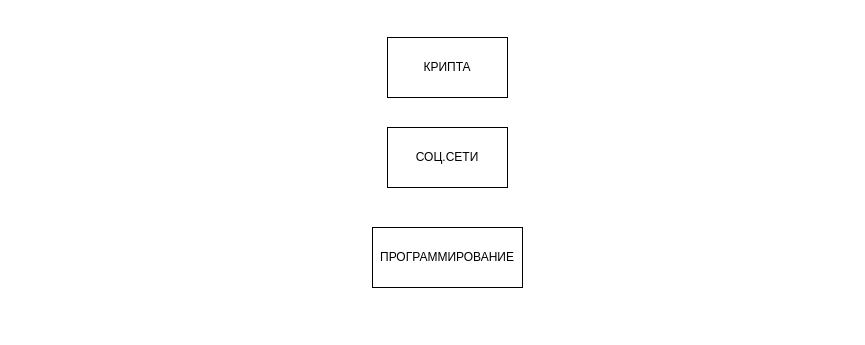
The draw.io diagram Диаграмма без названия.drawio in semVer4/save, before the edit. Source tidied: cells renumbered, new cells numbered last; positions are measured from the earlier drawing's top-left corner, leaving out a move shared by most shapes. Both pictures are drawn from the tidied source at 100%, with x=0, y=0 at pixel (372, 37).
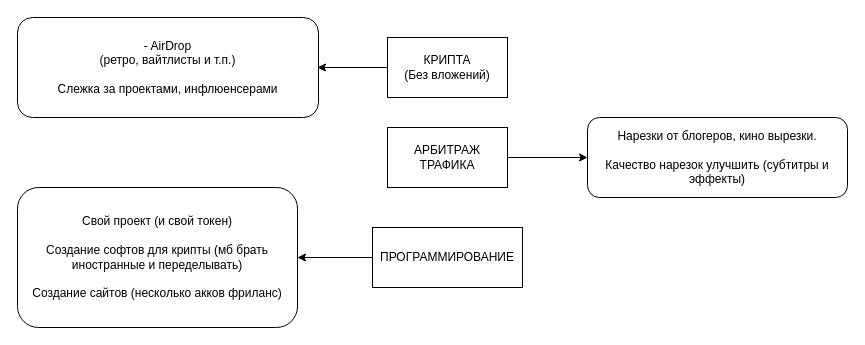
The same diagram, later.

Diff of the diagram source:
```diff
@@
 <mxGraphModel>
   <root>
     <mxCell id="0" />
     <mxCell id="1" parent="0" />
-    <mxCell id="2" value="КРИПТА" style="rounded=0;whiteSpace=wrap;html=1;" parent="1" vertex="1">
+    <mxCell id="2" value="КРИПТА&lt;br&gt;(Без вложений)" style="rounded=0;whiteSpace=wrap;html=1;" parent="1" vertex="1">
       <mxGeometry x="15" width="120" height="60" as="geometry" />
     </mxCell>
-    <mxCell id="3" value="СОЦ.СЕТИ" style="rounded=0;whiteSpace=wrap;html=1;" parent="1" vertex="1">
+    <mxCell id="3" value="АРБИТРАЖ&lt;br&gt;ТРАФИКА" style="rounded=0;whiteSpace=wrap;html=1;" parent="1" vertex="1">
       <mxGeometry x="15" y="90" width="120" height="60" as="geometry" />
     </mxCell>
     <mxCell id="4" value="ПРОГРАММИРОВАНИЕ" style="rounded=0;whiteSpace=wrap;html=1;" parent="1" vertex="1">
       <mxGeometry y="190" width="150" height="60" as="geometry" />
     </mxCell>
+    <mxCell id="5" style="endArrow=classic;html=1;rounded=0;exitX=0;exitY=0.5;exitDx=0;exitDy=0;" parent="1" edge="1" source="2">
+      <mxGeometry relative="1" as="geometry">
+        <mxPoint x="-55" y="30" as="targetPoint" />
+      </mxGeometry>
+    </mxCell>
+    <mxCell id="6" value="- AirDrop &lt;br&gt;(ретро, вайтлисты и т.п.)&lt;br&gt;&lt;br&gt;Слежка за проектами, инфлюенсерами" style="rounded=1;whiteSpace=wrap;html=1;" parent="1" vertex="1">
+      <mxGeometry x="-355" y="-20" width="301" height="100" as="geometry" />
+    </mxCell>
+    <mxCell id="7" style="endArrow=classic;html=1;rounded=0;exitX=1;exitY=0.5;exitDx=0;exitDy=0;" parent="1" edge="1" source="3">
+      <mxGeometry relative="1" as="geometry">
+        <mxPoint x="215" y="120" as="targetPoint" />
+        <Array as="points">
+          <mxPoint x="215" y="120" />
+        </Array>
+      </mxGeometry>
+    </mxCell>
+    <mxCell id="8" value="Нарезки от блогеров, кино вырезки.&lt;br&gt;&lt;br&gt;Качество нарезок улучшить (субтитры и эффекты)" style="rounded=1;whiteSpace=wrap;html=1;" parent="1" vertex="1">
+      <mxGeometry x="215" y="80" width="260" height="80" as="geometry" />
+    </mxCell>
+    <mxCell id="9" style="endArrow=classic;html=1;rounded=0;exitX=0;exitY=0.5;exitDx=0;exitDy=0;" parent="1" edge="1" source="4">
+      <mxGeometry relative="1" as="geometry">
+        <mxPoint x="-75" y="220" as="targetPoint" />
+      </mxGeometry>
+    </mxCell>
+    <mxCell id="10" value="Свой проект (и свой токен)&lt;br&gt;&lt;br&gt;Создание софтов для крипты (мб брать иностранные и переделывать)&lt;br&gt;&lt;br&gt;Создание сайтов (несколько акков фриланс)" style="rounded=1;whiteSpace=wrap;html=1;" parent="1" vertex="1">
+      <mxGeometry x="-355" y="150" width="280" height="140" as="geometry" />
+    </mxCell>
   </root>
 </mxGraphModel>
```
